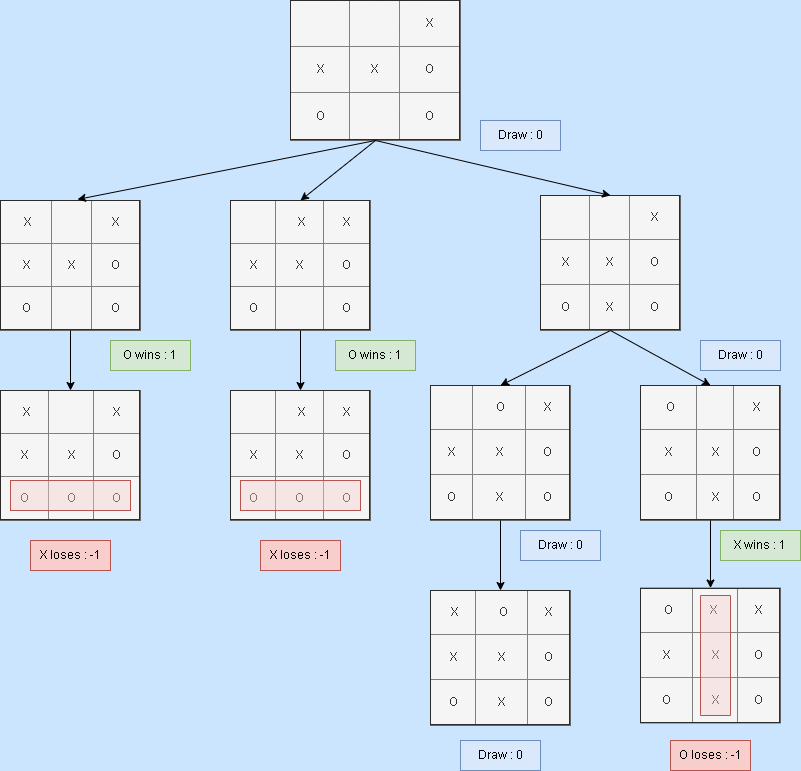
The draw.io diagram Doc/TicTacToe_possibility_tree_png.png in dimitarnn/PythonTicTacToe, before a commit. Source tidied: cells renumbered, new cells last; positions are measured from the earlier drawing's top-left corner, leaving out a move shared by most shapes.
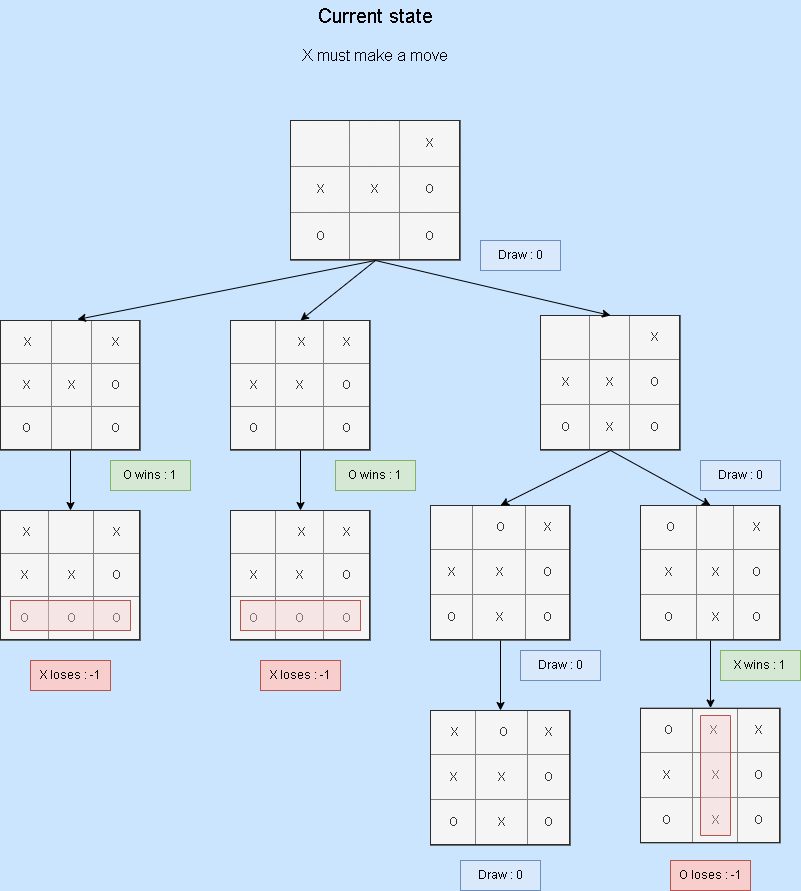
After the commit.

Change to the diagram source:
```diff
@@ -98,5 +98,11 @@
     <mxCell id="33" style="rounded=0;whiteSpace=wrap;html=1;fillColor=#f8cecc;strokeColor=#b85450;gradientColor=none;shadow=0;glass=0;strokeOpacity=100;fillOpacity=40;direction=south;" parent="1" vertex="1">
       <mxGeometry x="700" y="595" width="30" height="120" as="geometry" />
     </mxCell>
+    <mxCell id="34" value="Current state" style="text;html=1;strokeColor=none;fillColor=none;align=center;verticalAlign=middle;whiteSpace=wrap;rounded=0;fontSize=20;" parent="1" vertex="1">
+      <mxGeometry x="300" y="-120" width="150" height="30" as="geometry" />
+    </mxCell>
+    <mxCell id="35" value="X must make a move" style="text;html=1;strokeColor=none;fillColor=none;align=center;verticalAlign=middle;whiteSpace=wrap;rounded=0;fontSize=16;" parent="1" vertex="1">
+      <mxGeometry x="285" y="-80" width="180" height="30" as="geometry" />
+    </mxCell>
   </root>
 </mxGraphModel>
```
